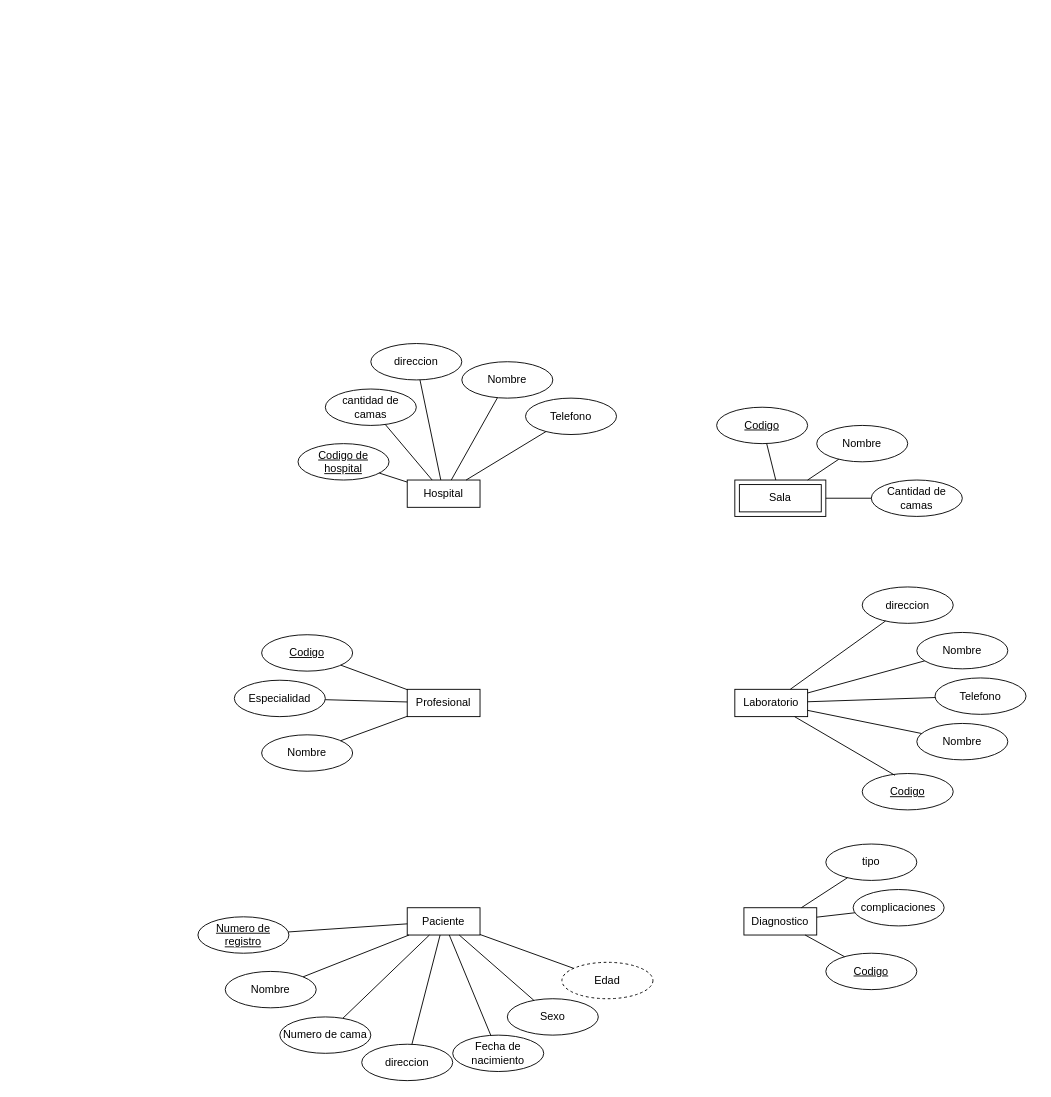
The draw.io diagram Desafio-4-base-de-datos-informatorio.drawio in RamaAlves/base-de-datos, before the edit. Source tidied: cells renumbered, new cells numbered last; positions are measured from the earlier drawing's top-left corner, leaving out a move shared by most shapes. Both pictures are drawn from the tidied source at 91%, with x=0, y=0 at pixel (197, 343).
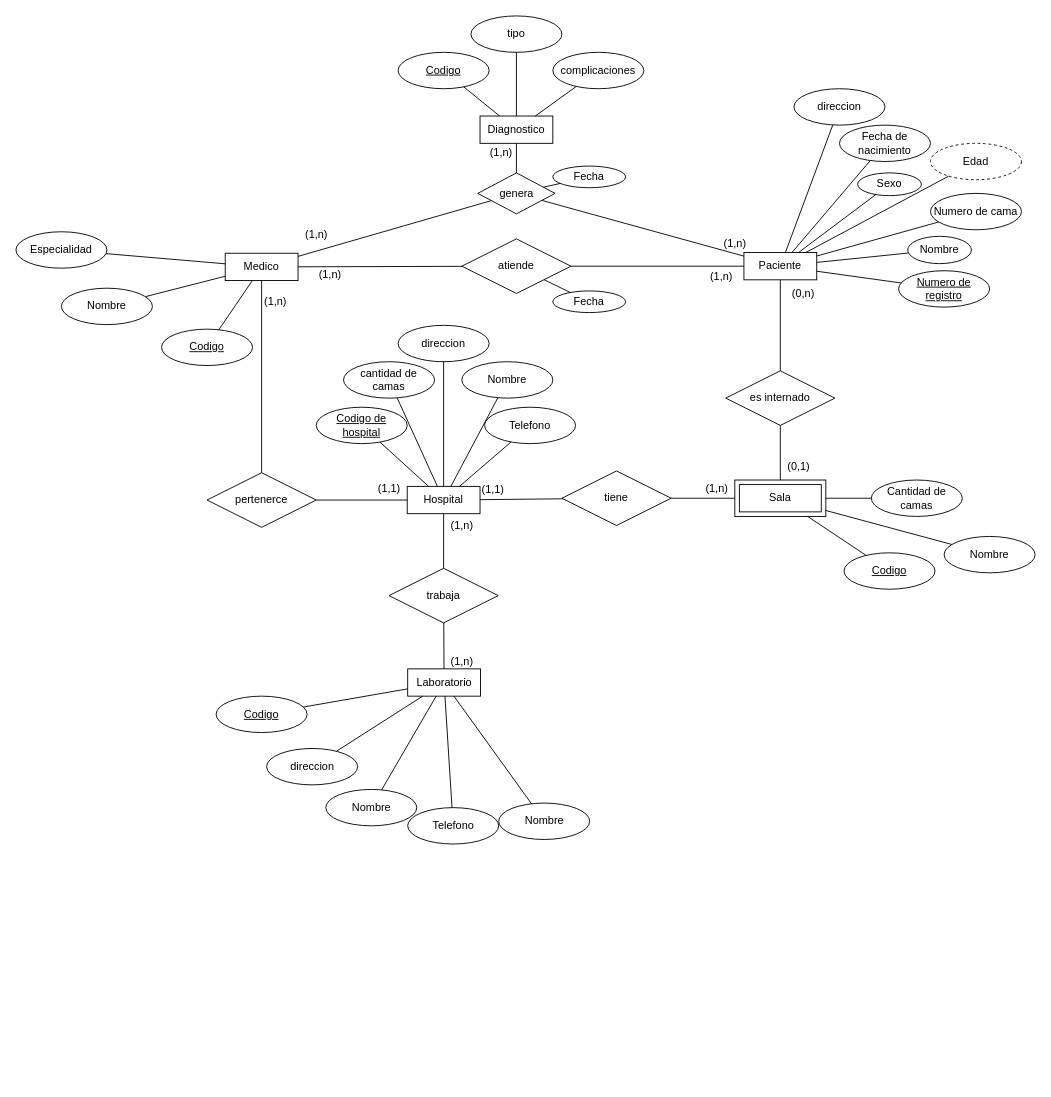
The same page after the edit.

Unchanged cells that the change refers to:
```xml
<mxCell id="20" value="Sala" style="shape=ext;margin=3;double=1;whiteSpace=wrap;html=1;align=center;" parent="1" vertex="1">
  <mxGeometry x="590" y="150" width="100" height="40" as="geometry" />
</mxCell>
```

Diff of the diagram source:
```diff
@@
     <mxCell id="2" value="Hospital" style="whiteSpace=wrap;html=1;align=center;" parent="1" vertex="1">
-      <mxGeometry x="230" y="150" width="80" height="30" as="geometry" />
+      <mxGeometry x="230" y="157" width="80" height="30" as="geometry" />
     </mxCell>
-    <mxCell id="3" value="Profesional" style="whiteSpace=wrap;html=1;align=center;" parent="1" vertex="1">
-      <mxGeometry x="230" y="380" width="80" height="30" as="geometry" />
+    <mxCell id="3" value="Medico" style="whiteSpace=wrap;html=1;align=center;" parent="1" vertex="1">
+      <mxGeometry x="30" y="-99.2" width="80" height="30" as="geometry" />
     </mxCell>
     <mxCell id="4" value="Laboratorio" style="whiteSpace=wrap;html=1;align=center;" parent="1" vertex="1">
-      <mxGeometry x="590" y="380" width="80" height="30" as="geometry" />
+      <mxGeometry x="230.5" y="357.5" width="80" height="30" as="geometry" />
     </mxCell>
     <mxCell id="5" value="Paciente" style="whiteSpace=wrap;html=1;align=center;" parent="1" vertex="1">
-      <mxGeometry x="230" y="620" width="80" height="30" as="geometry" />
+      <mxGeometry x="600" y="-100" width="80" height="30" as="geometry" />
     </mxCell>
     <mxCell id="6" value="Diagnostico" style="whiteSpace=wrap;html=1;align=center;" parent="1" vertex="1">
-      <mxGeometry x="600" y="620" width="80" height="30" as="geometry" />
+      <mxGeometry x="310" y="-250" width="80" height="30" as="geometry" />
     </mxCell>
     <mxCell id="7" value="Codigo de hospital" style="ellipse;whiteSpace=wrap;html=1;align=center;fontStyle=4;" parent="1" vertex="1">
-      <mxGeometry x="110" y="110" width="100" height="40" as="geometry" />
+      <mxGeometry x="130" y="70" width="100" height="40" as="geometry" />
     </mxCell>
@@
     <mxCell id="9" value="direccion" style="ellipse;whiteSpace=wrap;html=1;align=center;" parent="1" vertex="1">
-      <mxGeometry x="190" width="100" height="40" as="geometry" />
+      <mxGeometry x="220" y="-20" width="100" height="40" as="geometry" />
     </mxCell>
     <mxCell id="10" value="Telefono" style="ellipse;whiteSpace=wrap;html=1;align=center;" parent="1" vertex="1">
-      <mxGeometry x="360" y="60" width="100" height="40" as="geometry" />
+      <mxGeometry x="315" y="70" width="100" height="40" as="geometry" />
     </mxCell>
     <mxCell id="11" value="cantidad de camas" style="ellipse;whiteSpace=wrap;html=1;align=center;" parent="1" vertex="1">
-      <mxGeometry x="140" y="50" width="100" height="40" as="geometry" />
+      <mxGeometry x="160" y="20" width="100" height="40" as="geometry" />
     </mxCell>
@@
     <mxCell id="17" value="Nombre" style="ellipse;whiteSpace=wrap;html=1;align=center;" parent="1" vertex="1">
-      <mxGeometry x="680" y="90" width="100" height="40" as="geometry" />
+      <mxGeometry x="820" y="212" width="100" height="40" as="geometry" />
     </mxCell>
@@
     <mxCell id="19" value="Codigo" style="ellipse;whiteSpace=wrap;html=1;align=center;fontStyle=4;" parent="1" vertex="1">
-      <mxGeometry x="570" y="70" width="100" height="40" as="geometry" />
+      <mxGeometry x="710" y="230" width="100" height="40" as="geometry" />
     </mxCell>
@@
     <mxCell id="24" value="Nombre" style="ellipse;whiteSpace=wrap;html=1;align=center;" parent="1" vertex="1">
-      <mxGeometry x="70" y="430" width="100" height="40" as="geometry" />
+      <mxGeometry x="-150" y="-60.8" width="100" height="40" as="geometry" />
     </mxCell>
     <mxCell id="25" value="Especialidad" style="ellipse;whiteSpace=wrap;html=1;align=center;" parent="1" vertex="1">
-      <mxGeometry x="40" y="370" width="100" height="40" as="geometry" />
+      <mxGeometry x="-200" y="-122.8" width="100" height="40" as="geometry" />
     </mxCell>
@@
     <mxCell id="28" value="Codigo" style="ellipse;whiteSpace=wrap;html=1;align=center;fontStyle=4;" parent="1" vertex="1">
-      <mxGeometry x="70" y="320" width="100" height="40" as="geometry" />
+      <mxGeometry x="-40" y="-15.8" width="100" height="40" as="geometry" />
     </mxCell>
@@
     <mxCell id="30" value="Codigo" style="ellipse;whiteSpace=wrap;html=1;align=center;fontStyle=4;" parent="1" vertex="1">
-      <mxGeometry x="730" y="472.5" width="100" height="40" as="geometry" />
+      <mxGeometry x="20" y="387.5" width="100" height="40" as="geometry" />
     </mxCell>
     <mxCell id="31" value="Nombre" style="ellipse;whiteSpace=wrap;html=1;align=center;" parent="1" vertex="1">
-      <mxGeometry x="790" y="417.5" width="100" height="40" as="geometry" />
+      <mxGeometry x="330.5" y="505" width="100" height="40" as="geometry" />
     </mxCell>
     <mxCell id="32" value="Nombre" style="ellipse;whiteSpace=wrap;html=1;align=center;" parent="1" vertex="1">
-      <mxGeometry x="790" y="317.5" width="100" height="40" as="geometry" />
+      <mxGeometry x="140.5" y="490" width="100" height="40" as="geometry" />
     </mxCell>
     <mxCell id="33" value="direccion" style="ellipse;whiteSpace=wrap;html=1;align=center;" parent="1" vertex="1">
-      <mxGeometry x="730" y="267.5" width="100" height="40" as="geometry" />
+      <mxGeometry x="75.5" y="445" width="100" height="40" as="geometry" />
     </mxCell>
     <mxCell id="34" value="Telefono" style="ellipse;whiteSpace=wrap;html=1;align=center;" parent="1" vertex="1">
-      <mxGeometry x="810" y="367.5" width="100" height="40" as="geometry" />
+      <mxGeometry x="230.5" y="510" width="100" height="40" as="geometry" />
     </mxCell>
-    <mxCell id="35" style="endArrow=none;html=1;rounded=0;entryX=0.36;entryY=0.05;entryDx=0;entryDy=0;entryPerimeter=0;" parent="1" edge="1" source="4" target="30">
+    <mxCell id="35" style="endArrow=none;html=1;rounded=0;" parent="1" edge="1" source="4" target="30">
       <mxGeometry relative="1" as="geometry" />
     </mxCell>
@@
     <mxCell id="40" value="Nombre" style="ellipse;whiteSpace=wrap;html=1;align=center;" parent="1" vertex="1">
-      <mxGeometry x="30" y="690" width="100" height="40" as="geometry" />
+      <mxGeometry x="780" y="-117.8" width="70" height="30" as="geometry" />
     </mxCell>
     <mxCell id="41" value="Numero de cama" style="ellipse;whiteSpace=wrap;html=1;align=center;" parent="1" vertex="1">
-      <mxGeometry x="90" y="740" width="100" height="40" as="geometry" />
+      <mxGeometry x="805" y="-165" width="100" height="40" as="geometry" />
     </mxCell>
     <mxCell id="42" value="direccion" style="ellipse;whiteSpace=wrap;html=1;align=center;" parent="1" vertex="1">
-      <mxGeometry x="180" y="770" width="100" height="40" as="geometry" />
+      <mxGeometry x="655" y="-280" width="100" height="40" as="geometry" />
     </mxCell>
     <mxCell id="43" value="Numero de registro" style="ellipse;whiteSpace=wrap;html=1;align=center;fontStyle=4;" parent="1" vertex="1">
-      <mxGeometry y="630" width="100" height="40" as="geometry" />
+      <mxGeometry x="770" y="-80" width="100" height="40" as="geometry" />
     </mxCell>
     <mxCell id="44" value="Fecha de nacimiento" style="ellipse;whiteSpace=wrap;html=1;align=center;" parent="1" vertex="1">
-      <mxGeometry x="280" y="760" width="100" height="40" as="geometry" />
+      <mxGeometry x="705" y="-240" width="100" height="40" as="geometry" />
     </mxCell>
     <mxCell id="45" value="Sexo" style="ellipse;whiteSpace=wrap;html=1;align=center;" parent="1" vertex="1">
-      <mxGeometry x="340" y="720" width="100" height="40" as="geometry" />
+      <mxGeometry x="725" y="-187.5" width="70" height="25" as="geometry" />
     </mxCell>
     <mxCell id="46" value="Edad" style="ellipse;whiteSpace=wrap;html=1;align=center;dashed=1;" parent="1" vertex="1">
-      <mxGeometry x="400" y="680" width="100" height="40" as="geometry" />
+      <mxGeometry x="805" y="-220" width="100" height="40" as="geometry" />
     </mxCell>
     <mxCell id="47" value="tipo" style="ellipse;whiteSpace=wrap;html=1;align=center;" parent="1" vertex="1">
-      <mxGeometry x="690" y="550" width="100" height="40" as="geometry" />
+      <mxGeometry x="300" y="-360" width="100" height="40" as="geometry" />
     </mxCell>
     <mxCell id="48" value="complicaciones" style="ellipse;whiteSpace=wrap;html=1;align=center;" parent="1" vertex="1">
-      <mxGeometry x="720" y="600" width="100" height="40" as="geometry" />
+      <mxGeometry x="390" y="-320" width="100" height="40" as="geometry" />
     </mxCell>
     <mxCell id="49" value="Codigo" style="ellipse;whiteSpace=wrap;html=1;align=center;fontStyle=4;" parent="1" vertex="1">
-      <mxGeometry x="690" y="670" width="100" height="40" as="geometry" />
+      <mxGeometry x="220" y="-320" width="100" height="40" as="geometry" />
     </mxCell>
@@
+    <mxCell id="60" value="tiene" style="shape=rhombus;perimeter=rhombusPerimeter;whiteSpace=wrap;html=1;align=center;" parent="1" vertex="1">
+      <mxGeometry x="400" y="140" width="120" height="60" as="geometry" />
+    </mxCell>
+    <mxCell id="61" style="endArrow=none;html=1;rounded=0;" parent="1" edge="1" source="2" target="60">
+      <mxGeometry relative="1" as="geometry" />
+    </mxCell>
+    <mxCell id="62" style="endArrow=none;html=1;rounded=0;" parent="1" edge="1" source="60" target="20">
+      <mxGeometry relative="1" as="geometry" />
+    </mxCell>
+    <mxCell id="63" value="(1,n)" style="text;html=1;align=center;verticalAlign=middle;strokeColor=none;fillColor=none;" parent="1" vertex="1">
+      <mxGeometry x="545" y="145" width="50" height="30" as="geometry" />
+    </mxCell>
+    <mxCell id="64" value="(1,1)" style="text;html=1;align=center;verticalAlign=middle;strokeColor=none;fillColor=none;" parent="1" vertex="1">
+      <mxGeometry x="299" y="146" width="50" height="30" as="geometry" />
+    </mxCell>
+    <mxCell id="65" value="pertenerce" style="shape=rhombus;perimeter=rhombusPerimeter;whiteSpace=wrap;html=1;align=center;" parent="1" vertex="1">
+      <mxGeometry x="10" y="142" width="120" height="60" as="geometry" />
+    </mxCell>
+    <mxCell id="66" style="endArrow=none;html=1;rounded=0;" parent="1" edge="1" source="3" target="65">
+      <mxGeometry relative="1" as="geometry" />
+    </mxCell>
+    <mxCell id="67" style="endArrow=none;html=1;rounded=0;" parent="1" edge="1" source="65" target="2">
+      <mxGeometry relative="1" as="geometry" />
+    </mxCell>
+    <mxCell id="68" value="(1,1)" style="text;html=1;align=center;verticalAlign=middle;strokeColor=none;fillColor=none;" parent="1" vertex="1">
+      <mxGeometry x="185" y="145" width="50" height="30" as="geometry" />
+    </mxCell>
+    <mxCell id="69" value="(1,n)" style="text;html=1;align=center;verticalAlign=middle;strokeColor=none;fillColor=none;" parent="1" vertex="1">
+      <mxGeometry x="60" y="-60.8" width="50" height="30" as="geometry" />
+    </mxCell>
+    <mxCell id="70" value="trabaja" style="shape=rhombus;perimeter=rhombusPerimeter;whiteSpace=wrap;html=1;align=center;" parent="1" vertex="1">
+      <mxGeometry x="210" y="247" width="120" height="60" as="geometry" />
+    </mxCell>
+    <mxCell id="71" style="endArrow=none;html=1;rounded=0;" parent="1" edge="1" source="2" target="70">
+      <mxGeometry relative="1" as="geometry" />
+    </mxCell>
+    <mxCell id="72" style="endArrow=none;html=1;rounded=0;" parent="1" edge="1" source="70" target="4">
+      <mxGeometry relative="1" as="geometry" />
+    </mxCell>
+    <mxCell id="73" value="(1,n)" style="text;html=1;align=center;verticalAlign=middle;strokeColor=none;fillColor=none;" parent="1" vertex="1">
+      <mxGeometry x="265" y="335" width="50" height="30" as="geometry" />
+    </mxCell>
+    <mxCell id="74" value="(1,n)" style="text;html=1;align=center;verticalAlign=middle;strokeColor=none;fillColor=none;" parent="1" vertex="1">
+      <mxGeometry x="265" y="185" width="50" height="30" as="geometry" />
+    </mxCell>
+    <mxCell id="75" value="es internado" style="shape=rhombus;perimeter=rhombusPerimeter;whiteSpace=wrap;html=1;align=center;" parent="1" vertex="1">
+      <mxGeometry x="580" y="30" width="120" height="60" as="geometry" />
+    </mxCell>
+    <mxCell id="76" style="endArrow=none;html=1;rounded=0;" parent="1" edge="1" source="5" target="75">
+      <mxGeometry relative="1" as="geometry" />
+    </mxCell>
+    <mxCell id="77" style="endArrow=none;html=1;rounded=0;" parent="1" edge="1" source="75" target="20">
+      <mxGeometry relative="1" as="geometry" />
+    </mxCell>
+    <mxCell id="78" value="(0,1)" style="text;html=1;align=center;verticalAlign=middle;strokeColor=none;fillColor=none;" parent="1" vertex="1">
+      <mxGeometry x="635" y="120" width="50" height="30" as="geometry" />
+    </mxCell>
+    <mxCell id="79" value="(0,n)" style="text;html=1;align=center;verticalAlign=middle;strokeColor=none;fillColor=none;" parent="1" vertex="1">
+      <mxGeometry x="640" y="-70" width="50" height="30" as="geometry" />
+    </mxCell>
+    <mxCell id="80" value="atiende" style="shape=rhombus;perimeter=rhombusPerimeter;whiteSpace=wrap;html=1;align=center;" parent="1" vertex="1">
+      <mxGeometry x="290" y="-115" width="120" height="60" as="geometry" />
+    </mxCell>
+    <mxCell id="81" style="endArrow=none;html=1;rounded=0;" parent="1" edge="1" source="3" target="80">
+      <mxGeometry relative="1" as="geometry" />
+    </mxCell>
+    <mxCell id="82" style="endArrow=none;html=1;rounded=0;" parent="1" edge="1" source="80" target="5">
+      <mxGeometry relative="1" as="geometry" />
+    </mxCell>
+    <mxCell id="83" value="(1,n)" style="text;html=1;align=center;verticalAlign=middle;strokeColor=none;fillColor=none;" parent="1" vertex="1">
+      <mxGeometry x="550" y="-87.8" width="50" height="30" as="geometry" />
+    </mxCell>
+    <mxCell id="84" value="(1,n)" style="text;html=1;align=center;verticalAlign=middle;strokeColor=none;fillColor=none;" parent="1" vertex="1">
+      <mxGeometry x="120" y="-90.8" width="50" height="30" as="geometry" />
+    </mxCell>
+    <mxCell id="85" value="genera" style="shape=rhombus;perimeter=rhombusPerimeter;whiteSpace=wrap;html=1;align=center;" parent="1" vertex="1">
+      <mxGeometry x="307.5" y="-187.5" width="85" height="45" as="geometry" />
+    </mxCell>
+    <mxCell id="86" style="endArrow=none;html=1;rounded=0;" parent="1" edge="1" source="3" target="85">
+      <mxGeometry relative="1" as="geometry" />
+    </mxCell>
+    <mxCell id="87" style="endArrow=none;html=1;rounded=0;" parent="1" edge="1" source="6" target="85">
+      <mxGeometry relative="1" as="geometry" />
+    </mxCell>
+    <mxCell id="88" style="endArrow=none;html=1;rounded=0;" parent="1" edge="1" source="85" target="5">
+      <mxGeometry relative="1" as="geometry" />
+    </mxCell>
+    <mxCell id="89" value="(1,n)" style="text;html=1;align=center;verticalAlign=middle;strokeColor=none;fillColor=none;" parent="1" vertex="1">
+      <mxGeometry x="307.5" y="-225" width="50" height="30" as="geometry" />
+    </mxCell>
+    <mxCell id="90" value="(1,n)" style="text;html=1;align=center;verticalAlign=middle;strokeColor=none;fillColor=none;" parent="1" vertex="1">
+      <mxGeometry x="105" y="-135" width="50" height="30" as="geometry" />
+    </mxCell>
+    <mxCell id="91" value="(1,n)" style="text;html=1;align=center;verticalAlign=middle;strokeColor=none;fillColor=none;" parent="1" vertex="1">
+      <mxGeometry x="565" y="-125" width="50" height="30" as="geometry" />
+    </mxCell>
+    <mxCell id="92" value="Fecha" style="ellipse;whiteSpace=wrap;html=1;align=center;" parent="1" vertex="1">
+      <mxGeometry x="390" y="-57.8" width="80" height="23.8" as="geometry" />
+    </mxCell>
+    <mxCell id="93" style="endArrow=none;html=1;rounded=0;" parent="1" edge="1" source="80" target="92">
+      <mxGeometry relative="1" as="geometry" />
+    </mxCell>
+    <mxCell id="94" value="Fecha" style="ellipse;whiteSpace=wrap;html=1;align=center;" parent="1" vertex="1">
+      <mxGeometry x="390" y="-195" width="80" height="23.8" as="geometry" />
+    </mxCell>
+    <mxCell id="95" style="endArrow=none;html=1;rounded=0;" parent="1" edge="1" source="85" target="94">
+      <mxGeometry relative="1" as="geometry" />
+    </mxCell>
```
